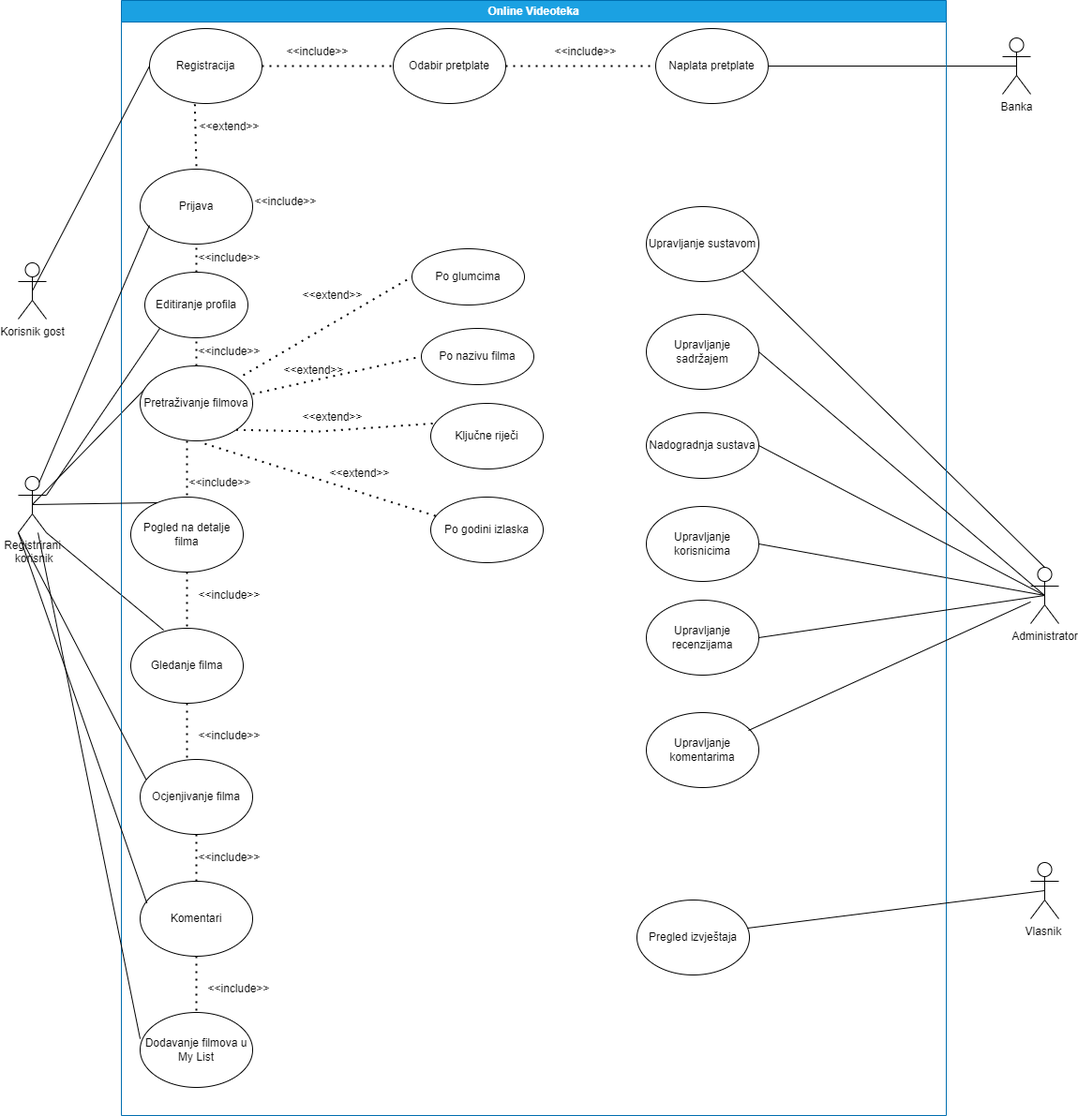
hrvojesesar/PIS-Projekt keeps this draw.io diagram as 3. Specifikacija dizajna/Use-Case Dijagram.png. Above is the earlier version. Source tidied: cells renumbered, new cells last; positions are measured from the earlier drawing's top-left corner, leaving out a move shared by most shapes. Source of this version:
```xml
<mxGraphModel>
  <root>
    <mxCell id="0" />
    <mxCell id="1" parent="0" />
    <mxCell id="2" value="Registrirani&lt;br&gt;&amp;nbsp;korisnik" style="shape=umlActor;verticalLabelPosition=bottom;verticalAlign=top;html=1;outlineConnect=0;" parent="1" vertex="1">
      <mxGeometry y="508" width="30" height="60" as="geometry" />
    </mxCell>
    <mxCell id="3" value="&amp;lt;&amp;lt;include&amp;gt;&amp;gt;" style="text;html=1;align=center;verticalAlign=middle;strokeColor=none;fillColor=none;" parent="1" vertex="1">
      <mxGeometry x="240" y="200" width="90" height="30" as="geometry" />
    </mxCell>
    <mxCell id="4" style="endArrow=none;html=1;rounded=0;entryX=0;entryY=0;entryDx=0;entryDy=0;exitX=0.5;exitY=0.5;exitDx=0;exitDy=0;exitPerimeter=0;" parent="1" edge="1" source="2" target="46">
      <mxGeometry relative="1" as="geometry" />
    </mxCell>
    <mxCell id="5" style="endArrow=none;html=1;rounded=0;exitX=1;exitY=1;exitDx=0;exitDy=0;exitPerimeter=0;entryX=0.292;entryY=0.025;entryDx=0;entryDy=0;entryPerimeter=0;" parent="1" edge="1" source="2" target="24">
      <mxGeometry relative="1" as="geometry" />
    </mxCell>
    <mxCell id="6" style="endArrow=none;html=1;rounded=0;exitX=1;exitY=0.5;exitDx=0;exitDy=0;entryX=0.5;entryY=0.5;entryDx=0;entryDy=0;entryPerimeter=0;" parent="1" edge="1" source="59" target="7">
      <mxGeometry relative="1" as="geometry" />
    </mxCell>
    <mxCell id="7" value="Banka" style="shape=umlActor;verticalLabelPosition=bottom;verticalAlign=top;html=1;outlineConnect=0;" parent="1" vertex="1">
      <mxGeometry x="1050" y="40" width="30" height="60" as="geometry" />
    </mxCell>
    <mxCell id="8" value="Administrator" style="shape=umlActor;verticalLabelPosition=bottom;verticalAlign=top;html=1;outlineConnect=0;" parent="1" vertex="1">
      <mxGeometry x="1080" y="605" width="30" height="60" as="geometry" />
    </mxCell>
    <mxCell id="9" style="endArrow=none;html=1;rounded=0;exitX=0.5;exitY=0;exitDx=0;exitDy=0;exitPerimeter=0;entryX=1;entryY=1;entryDx=0;entryDy=0;" parent="1" edge="1" source="8" target="16">
      <mxGeometry relative="1" as="geometry" />
    </mxCell>
    <mxCell id="10" style="endArrow=none;html=1;rounded=0;exitX=1;exitY=0.5;exitDx=0;exitDy=0;entryX=0.5;entryY=0.5;entryDx=0;entryDy=0;entryPerimeter=0;" parent="1" edge="1" source="13" target="8">
      <mxGeometry relative="1" as="geometry" />
    </mxCell>
    <mxCell id="11" value="Online Videoteka" style="swimlane;whiteSpace=wrap;html=1;strokeColor=#006EAF;fillColor=#1ba1e2;fontColor=#ffffff;" parent="1" vertex="1">
      <mxGeometry x="110" width="880" height="1190" as="geometry" />
    </mxCell>
    <mxCell id="12" value="Nadogradnja sustava" style="ellipse;whiteSpace=wrap;html=1;" parent="11" vertex="1">
      <mxGeometry x="560" y="440" width="120" height="70" as="geometry" />
    </mxCell>
    <mxCell id="13" value="Upravljanje korisnicima" style="ellipse;whiteSpace=wrap;html=1;" parent="11" vertex="1">
      <mxGeometry x="560" y="540" width="120" height="80" as="geometry" />
    </mxCell>
    <mxCell id="14" value="Upravljanje recenzijama" style="ellipse;whiteSpace=wrap;html=1;" parent="11" vertex="1">
      <mxGeometry x="560" y="640" width="120" height="80" as="geometry" />
    </mxCell>
    <mxCell id="15" value="Upravljanje sadržajem" style="ellipse;whiteSpace=wrap;html=1;" parent="11" vertex="1">
      <mxGeometry x="560" y="335" width="120" height="80" as="geometry" />
    </mxCell>
    <mxCell id="16" value="Upravljanje sustavom" style="ellipse;whiteSpace=wrap;html=1;" parent="11" vertex="1">
      <mxGeometry x="560" y="220" width="120" height="80" as="geometry" />
    </mxCell>
    <mxCell id="17" value="Upravljanje komentarima" style="ellipse;whiteSpace=wrap;html=1;" parent="11" vertex="1">
      <mxGeometry x="560" y="760" width="120" height="80" as="geometry" />
    </mxCell>
    <mxCell id="18" value="Pregled izvještaja" style="ellipse;whiteSpace=wrap;html=1;" parent="11" vertex="1">
      <mxGeometry x="550" y="960" width="120" height="80" as="geometry" />
    </mxCell>
    <mxCell id="19" value="&amp;lt;&amp;lt;extend&amp;gt;&amp;gt;" style="text;html=1;align=center;verticalAlign=middle;strokeColor=none;fillColor=none;" parent="11" vertex="1">
      <mxGeometry x="70" y="120" width="90" height="30" as="geometry" />
    </mxCell>
    <mxCell id="20" value="Prijava" style="ellipse;whiteSpace=wrap;html=1;" parent="11" vertex="1">
      <mxGeometry x="20" y="180" width="120" height="80" as="geometry" />
    </mxCell>
    <mxCell id="21" value="&amp;lt;&amp;lt;extend&amp;gt;&amp;gt;" style="text;html=1;align=center;verticalAlign=middle;strokeColor=none;fillColor=none;" parent="11" vertex="1">
      <mxGeometry x="180" y="300" width="90" height="30" as="geometry" />
    </mxCell>
    <mxCell id="22" value="&amp;lt;&amp;lt;include&amp;gt;&amp;gt;" style="text;html=1;align=center;verticalAlign=middle;strokeColor=none;fillColor=none;" parent="11" vertex="1">
      <mxGeometry x="70" y="260" width="90" height="30" as="geometry" />
    </mxCell>
    <mxCell id="23" value="&amp;lt;&amp;lt;include&amp;gt;&amp;gt;" style="text;html=1;align=center;verticalAlign=middle;strokeColor=none;fillColor=none;" parent="11" vertex="1">
      <mxGeometry x="60" y="500" width="90" height="30" as="geometry" />
    </mxCell>
    <mxCell id="24" value="Gledanje filma" style="ellipse;whiteSpace=wrap;html=1;" parent="11" vertex="1">
      <mxGeometry x="10" y="670" width="120" height="80" as="geometry" />
    </mxCell>
    <mxCell id="25" value="Ocjenjivanje filma" style="ellipse;whiteSpace=wrap;html=1;" parent="11" vertex="1">
      <mxGeometry x="20" y="810" width="120" height="80" as="geometry" />
    </mxCell>
    <mxCell id="26" value="Dodavanje filmova u My List" style="ellipse;whiteSpace=wrap;html=1;" parent="11" vertex="1">
      <mxGeometry x="20" y="1080" width="120" height="80" as="geometry" />
    </mxCell>
    <mxCell id="27" value="Komentari" style="ellipse;whiteSpace=wrap;html=1;" parent="11" vertex="1">
      <mxGeometry x="20" y="940" width="120" height="80" as="geometry" />
    </mxCell>
    <mxCell id="28" value="Po godini izlaska" style="ellipse;whiteSpace=wrap;html=1;" parent="11" vertex="1">
      <mxGeometry x="330" y="530" width="120" height="70" as="geometry" />
    </mxCell>
    <mxCell id="29" value="Po glumcima" style="ellipse;whiteSpace=wrap;html=1;" parent="11" vertex="1">
      <mxGeometry x="310" y="265" width="120" height="60" as="geometry" />
    </mxCell>
    <mxCell id="30" style="endArrow=none;dashed=1;html=1;dashPattern=1 3;strokeWidth=2;rounded=0;exitX=0.5;exitY=1;exitDx=0;exitDy=0;" parent="11" edge="1" source="24">
      <mxGeometry relative="1" as="geometry">
        <mxPoint x="70" y="810" as="targetPoint" />
      </mxGeometry>
    </mxCell>
    <mxCell id="31" style="endArrow=none;dashed=1;html=1;dashPattern=1 3;strokeWidth=2;rounded=0;exitX=0.5;exitY=1;exitDx=0;exitDy=0;entryX=0.5;entryY=0;entryDx=0;entryDy=0;" parent="11" edge="1" source="25" target="27">
      <mxGeometry relative="1" as="geometry" />
    </mxCell>
    <mxCell id="32" style="endArrow=none;dashed=1;html=1;dashPattern=1 3;strokeWidth=2;rounded=0;exitX=0.5;exitY=1;exitDx=0;exitDy=0;entryX=0.5;entryY=0;entryDx=0;entryDy=0;" parent="11" edge="1" source="27" target="26">
      <mxGeometry relative="1" as="geometry" />
    </mxCell>
    <mxCell id="33" value="&amp;lt;&amp;lt;include&amp;gt;&amp;gt;" style="text;html=1;align=center;verticalAlign=middle;strokeColor=none;fillColor=none;" parent="11" vertex="1">
      <mxGeometry x="70" y="770" width="90" height="30" as="geometry" />
    </mxCell>
    <mxCell id="34" value="&amp;lt;&amp;lt;include&amp;gt;&amp;gt;" style="text;html=1;align=center;verticalAlign=middle;strokeColor=none;fillColor=none;" parent="11" vertex="1">
      <mxGeometry x="80" y="1040" width="90" height="30" as="geometry" />
    </mxCell>
    <mxCell id="35" value="&amp;lt;&amp;lt;extend&amp;gt;&amp;gt;" style="text;html=1;align=center;verticalAlign=middle;strokeColor=none;fillColor=none;" parent="11" vertex="1">
      <mxGeometry x="209" y="490" width="90" height="30" as="geometry" />
    </mxCell>
    <mxCell id="36" value="&amp;lt;&amp;lt;include&amp;gt;&amp;gt;" style="text;html=1;align=center;verticalAlign=middle;strokeColor=none;fillColor=none;" parent="11" vertex="1">
      <mxGeometry x="70" y="900" width="90" height="30" as="geometry" />
    </mxCell>
    <mxCell id="37" value="Pogled na detalje filma" style="ellipse;whiteSpace=wrap;html=1;" parent="11" vertex="1">
      <mxGeometry x="10" y="530" width="120" height="80" as="geometry" />
    </mxCell>
    <mxCell id="38" value="&amp;lt;&amp;lt;include&amp;gt;&amp;gt;" style="text;html=1;align=center;verticalAlign=middle;strokeColor=none;fillColor=none;" parent="11" vertex="1">
      <mxGeometry x="70" y="620" width="90" height="30" as="geometry" />
    </mxCell>
    <mxCell id="39" style="endArrow=none;dashed=1;html=1;dashPattern=1 3;strokeWidth=2;rounded=0;exitX=0.5;exitY=1;exitDx=0;exitDy=0;entryX=0.5;entryY=0;entryDx=0;entryDy=0;" parent="11" edge="1" source="37" target="24">
      <mxGeometry relative="1" as="geometry" />
    </mxCell>
    <mxCell id="40" value="Ključne riječi" style="ellipse;whiteSpace=wrap;html=1;" parent="11" vertex="1">
      <mxGeometry x="330" y="430" width="120" height="70" as="geometry" />
    </mxCell>
    <mxCell id="41" value="&amp;lt;&amp;lt;extend&amp;gt;&amp;gt;" style="text;html=1;align=center;verticalAlign=middle;strokeColor=none;fillColor=none;" parent="11" vertex="1">
      <mxGeometry x="160" y="380" width="90" height="30" as="geometry" />
    </mxCell>
    <mxCell id="42" value="Registracija" style="ellipse;whiteSpace=wrap;html=1;" parent="11" vertex="1">
      <mxGeometry x="30" y="30" width="120" height="80" as="geometry" />
    </mxCell>
    <mxCell id="43" style="endArrow=none;dashed=1;html=1;dashPattern=1 3;strokeWidth=2;rounded=0;exitX=0.403;exitY=1.01;exitDx=0;exitDy=0;entryX=0.5;entryY=0;entryDx=0;entryDy=0;exitPerimeter=0;" parent="11" edge="1" source="42" target="20">
      <mxGeometry relative="1" as="geometry" />
    </mxCell>
    <mxCell id="44" value="Po nazivu filma" style="ellipse;whiteSpace=wrap;html=1;" parent="11" vertex="1">
      <mxGeometry x="320" y="350" width="120" height="60" as="geometry" />
    </mxCell>
    <mxCell id="45" value="&amp;lt;&amp;lt;extend&amp;gt;&amp;gt;" style="text;html=1;align=center;verticalAlign=middle;strokeColor=none;fillColor=none;" parent="11" vertex="1">
      <mxGeometry x="180" y="430" width="90" height="30" as="geometry" />
    </mxCell>
    <mxCell id="46" value="Pretraživanje filmova" style="ellipse;whiteSpace=wrap;html=1;" parent="11" vertex="1">
      <mxGeometry x="20" y="390" width="120" height="80" as="geometry" />
    </mxCell>
    <mxCell id="47" style="endArrow=none;dashed=1;html=1;dashPattern=1 3;strokeWidth=2;rounded=0;exitX=0.917;exitY=0.125;exitDx=0;exitDy=0;exitPerimeter=0;entryX=0;entryY=0.5;entryDx=0;entryDy=0;" parent="11" edge="1" source="46" target="29">
      <mxGeometry relative="1" as="geometry" />
    </mxCell>
    <mxCell id="48" style="endArrow=none;dashed=1;html=1;dashPattern=1 3;strokeWidth=2;rounded=0;exitX=1;exitY=0.375;exitDx=0;exitDy=0;exitPerimeter=0;entryX=0;entryY=0.5;entryDx=0;entryDy=0;" parent="11" edge="1" source="46" target="44">
      <mxGeometry relative="1" as="geometry" />
    </mxCell>
    <mxCell id="49" style="endArrow=none;dashed=1;html=1;dashPattern=1 3;strokeWidth=2;rounded=0;exitX=0.575;exitY=1.038;exitDx=0;exitDy=0;exitPerimeter=0;entryX=0.067;entryY=0.3;entryDx=0;entryDy=0;entryPerimeter=0;" parent="11" edge="1" source="46" target="28">
      <mxGeometry relative="1" as="geometry" />
    </mxCell>
    <mxCell id="50" style="endArrow=none;dashed=1;html=1;dashPattern=1 3;strokeWidth=2;rounded=0;exitX=1;exitY=1;exitDx=0;exitDy=0;entryX=0.027;entryY=0.306;entryDx=0;entryDy=0;entryPerimeter=0;" parent="11" edge="1" source="46" target="40">
      <mxGeometry relative="1" as="geometry">
        <Array as="points">
          <mxPoint x="210" y="460" />
        </Array>
      </mxGeometry>
    </mxCell>
    <mxCell id="51" value="Editiranje profila" style="ellipse;whiteSpace=wrap;html=1;" parent="11" vertex="1">
      <mxGeometry x="25" y="290" width="110" height="70" as="geometry" />
    </mxCell>
    <mxCell id="52" style="endArrow=none;html=1;rounded=0;exitX=0.75;exitY=0.1;exitDx=0;exitDy=0;exitPerimeter=0;" parent="11" edge="1" source="2">
      <mxGeometry relative="1" as="geometry">
        <mxPoint x="30" y="240" as="targetPoint" />
      </mxGeometry>
    </mxCell>
    <mxCell id="53" style="endArrow=none;dashed=1;html=1;dashPattern=1 3;strokeWidth=2;rounded=0;entryX=0.5;entryY=1;entryDx=0;entryDy=0;exitX=0.5;exitY=0;exitDx=0;exitDy=0;" parent="11" edge="1" source="51" target="20">
      <mxGeometry relative="1" as="geometry" />
    </mxCell>
    <mxCell id="54" style="endArrow=none;dashed=1;html=1;dashPattern=1 3;strokeWidth=2;rounded=0;entryX=0.5;entryY=1;entryDx=0;entryDy=0;exitX=0.5;exitY=0;exitDx=0;exitDy=0;" parent="11" edge="1" source="46" target="51">
      <mxGeometry relative="1" as="geometry" />
    </mxCell>
    <mxCell id="55" value="&amp;lt;&amp;lt;include&amp;gt;&amp;gt;" style="text;html=1;align=center;verticalAlign=middle;strokeColor=none;fillColor=none;" parent="11" vertex="1">
      <mxGeometry x="70" y="360" width="90" height="30" as="geometry" />
    </mxCell>
    <mxCell id="56" style="endArrow=none;dashed=1;html=1;dashPattern=1 3;strokeWidth=2;rounded=0;entryX=0.5;entryY=0;entryDx=0;entryDy=0;" parent="11" edge="1" target="37">
      <mxGeometry relative="1" as="geometry">
        <mxPoint x="70" y="470" as="sourcePoint" />
      </mxGeometry>
    </mxCell>
    <mxCell id="57" value="Odabir pretplate" style="ellipse;whiteSpace=wrap;html=1;" parent="11" vertex="1">
      <mxGeometry x="290" y="30" width="120" height="80" as="geometry" />
    </mxCell>
    <mxCell id="58" style="endArrow=none;dashed=1;html=1;dashPattern=1 3;strokeWidth=2;rounded=0;exitX=1;exitY=0.5;exitDx=0;exitDy=0;entryX=0;entryY=0.5;entryDx=0;entryDy=0;" parent="11" edge="1" source="42" target="57">
      <mxGeometry relative="1" as="geometry" />
    </mxCell>
    <mxCell id="59" value="Naplata pretplate" style="ellipse;whiteSpace=wrap;html=1;" parent="11" vertex="1">
      <mxGeometry x="570" y="30" width="120" height="80" as="geometry" />
    </mxCell>
    <mxCell id="60" style="endArrow=none;dashed=1;html=1;dashPattern=1 3;strokeWidth=2;rounded=0;exitX=1;exitY=0.5;exitDx=0;exitDy=0;entryX=0;entryY=0.5;entryDx=0;entryDy=0;" parent="11" edge="1" source="57" target="59">
      <mxGeometry relative="1" as="geometry" />
    </mxCell>
    <mxCell id="61" value="&amp;lt;&amp;lt;include&amp;gt;&amp;gt;" style="text;html=1;align=center;verticalAlign=middle;strokeColor=none;fillColor=none;" parent="11" vertex="1">
      <mxGeometry x="450" y="40" width="90" height="30" as="geometry" />
    </mxCell>
    <mxCell id="62" value="&amp;lt;&amp;lt;include&amp;gt;&amp;gt;" style="text;html=1;align=center;verticalAlign=middle;strokeColor=none;fillColor=none;" parent="11" vertex="1">
      <mxGeometry x="164" y="40" width="90" height="30" as="geometry" />
    </mxCell>
    <mxCell id="63" value="Korisnik gost" style="shape=umlActor;verticalLabelPosition=bottom;verticalAlign=top;html=1;outlineConnect=0;" parent="1" vertex="1">
      <mxGeometry y="280" width="30" height="60" as="geometry" />
    </mxCell>
    <mxCell id="64" style="endArrow=none;html=1;rounded=0;exitX=1;exitY=0.5;exitDx=0;exitDy=0;entryX=0.5;entryY=0.5;entryDx=0;entryDy=0;entryPerimeter=0;" parent="1" edge="1" source="12" target="8">
      <mxGeometry relative="1" as="geometry" />
    </mxCell>
    <mxCell id="65" style="endArrow=none;html=1;rounded=0;exitX=1;exitY=0.5;exitDx=0;exitDy=0;entryX=0.5;entryY=0.5;entryDx=0;entryDy=0;entryPerimeter=0;" parent="1" edge="1" source="15" target="8">
      <mxGeometry relative="1" as="geometry" />
    </mxCell>
    <mxCell id="66" style="endArrow=none;html=1;rounded=0;exitX=1;exitY=0.5;exitDx=0;exitDy=0;entryX=0.5;entryY=0.5;entryDx=0;entryDy=0;entryPerimeter=0;" parent="1" edge="1" source="14" target="8">
      <mxGeometry relative="1" as="geometry" />
    </mxCell>
    <mxCell id="67" style="endArrow=none;html=1;rounded=0;exitX=0.908;exitY=0.238;exitDx=0;exitDy=0;exitPerimeter=0;" parent="1" edge="1" source="17" target="8">
      <mxGeometry relative="1" as="geometry" />
    </mxCell>
    <mxCell id="68" value="Vlasnik&amp;nbsp;&lt;br&gt;" style="shape=umlActor;verticalLabelPosition=bottom;verticalAlign=top;html=1;outlineConnect=0;" parent="1" vertex="1">
      <mxGeometry x="1080" y="920" width="30" height="60" as="geometry" />
    </mxCell>
    <mxCell id="69" style="endArrow=none;html=1;rounded=0;exitX=0.983;exitY=0.375;exitDx=0;exitDy=0;exitPerimeter=0;entryX=0.5;entryY=0.5;entryDx=0;entryDy=0;entryPerimeter=0;" parent="1" edge="1" source="18" target="68">
      <mxGeometry relative="1" as="geometry" />
    </mxCell>
    <mxCell id="70" style="endArrow=none;html=1;rounded=0;exitX=0.5;exitY=0.5;exitDx=0;exitDy=0;exitPerimeter=0;entryX=0;entryY=0.5;entryDx=0;entryDy=0;" parent="1" edge="1" source="63" target="42">
      <mxGeometry relative="1" as="geometry" />
    </mxCell>
    <mxCell id="71" style="endArrow=none;html=1;rounded=0;exitX=0.5;exitY=0.5;exitDx=0;exitDy=0;exitPerimeter=0;entryX=0.237;entryY=0.075;entryDx=0;entryDy=0;entryPerimeter=0;" parent="1" edge="1" source="2" target="37">
      <mxGeometry relative="1" as="geometry" />
    </mxCell>
    <mxCell id="72" style="endArrow=none;html=1;rounded=0;exitX=0;exitY=1;exitDx=0;exitDy=0;exitPerimeter=0;entryX=0.053;entryY=0.268;entryDx=0;entryDy=0;entryPerimeter=0;" parent="1" edge="1" source="2" target="25">
      <mxGeometry relative="1" as="geometry" />
    </mxCell>
    <mxCell id="73" style="endArrow=none;html=1;rounded=0;exitX=0;exitY=1;exitDx=0;exitDy=0;exitPerimeter=0;entryX=0.06;entryY=0.292;entryDx=0;entryDy=0;entryPerimeter=0;" parent="1" edge="1" source="2" target="27">
      <mxGeometry relative="1" as="geometry" />
    </mxCell>
    <mxCell id="74" style="endArrow=none;html=1;rounded=0;entryX=0;entryY=0.352;entryDx=0;entryDy=0;entryPerimeter=0;" parent="1" edge="1" source="2" target="26">
      <mxGeometry relative="1" as="geometry" />
    </mxCell>
    <mxCell id="75" style="endArrow=none;html=1;rounded=0;exitX=1;exitY=0.3333333333333333;exitDx=0;exitDy=0;exitPerimeter=0;entryX=0;entryY=1;entryDx=0;entryDy=0;" parent="1" edge="1" source="2" target="51">
      <mxGeometry relative="1" as="geometry" />
    </mxCell>
  </root>
</mxGraphModel>
```
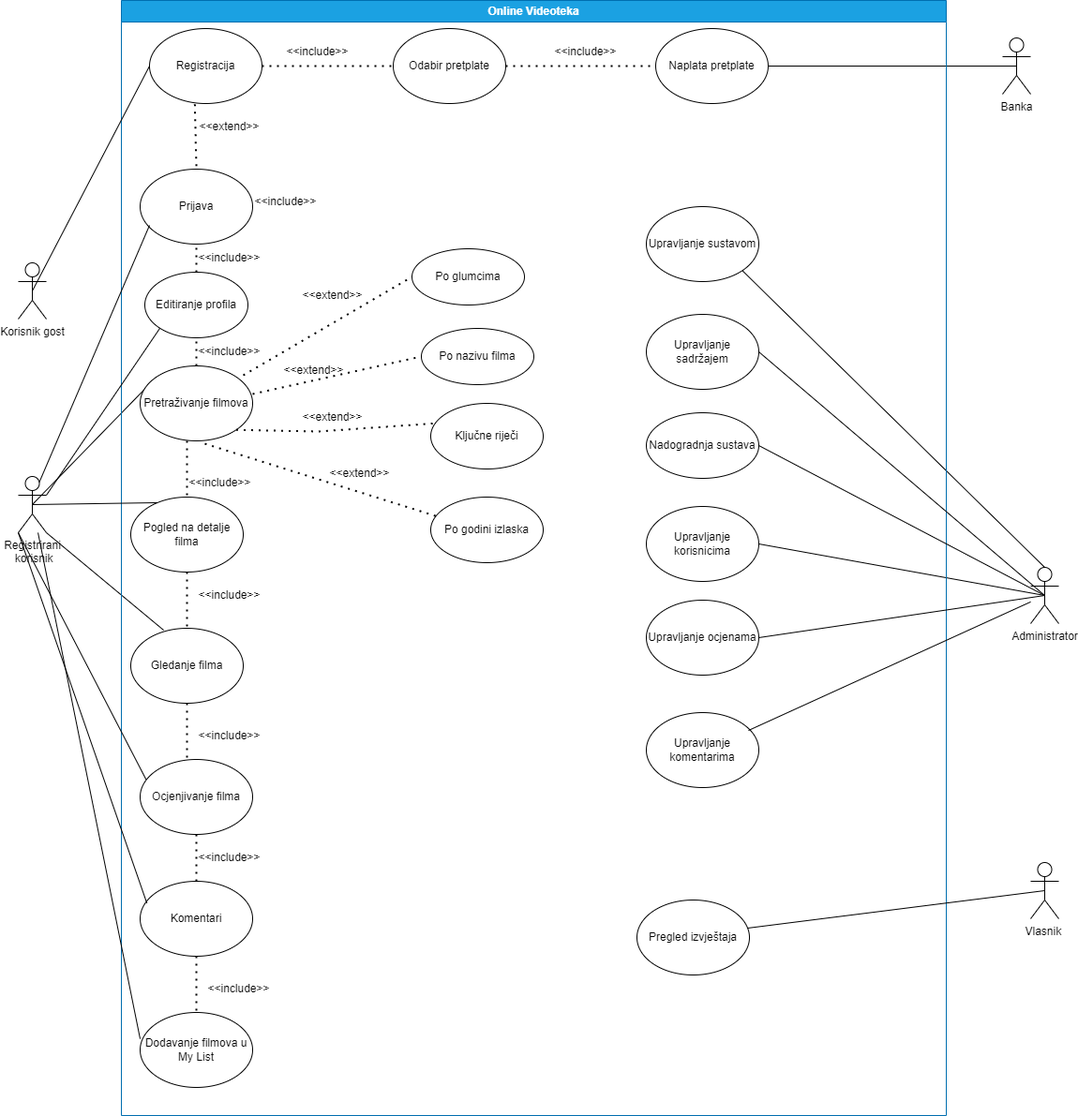
Above is the later version.

Change to the diagram source:
```diff
@@ -38,7 +38,7 @@
     <mxCell id="13" value="Upravljanje korisnicima" style="ellipse;whiteSpace=wrap;html=1;" parent="11" vertex="1">
       <mxGeometry x="560" y="540" width="120" height="80" as="geometry" />
     </mxCell>
-    <mxCell id="14" value="Upravljanje recenzijama" style="ellipse;whiteSpace=wrap;html=1;" parent="11" vertex="1">
+    <mxCell id="14" value="Upravljanje ocjenama" style="ellipse;whiteSpace=wrap;html=1;" parent="11" vertex="1">
       <mxGeometry x="560" y="640" width="120" height="80" as="geometry" />
     </mxCell>
     <mxCell id="15" value="Upravljanje sadržajem" style="ellipse;whiteSpace=wrap;html=1;" parent="11" vertex="1">
```
